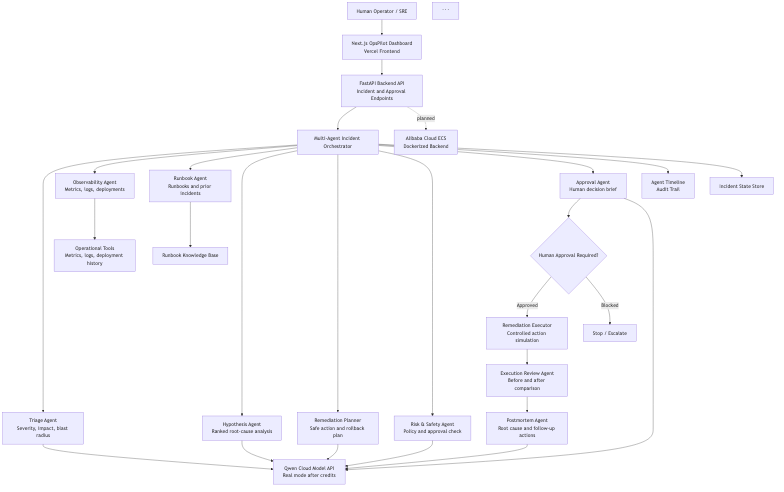
Above: docs/architecture.png in mehmetcamofficial/opspilot-qwen (Mermaid), before the change. Its source is kept beside it as docs/architecture.mmd.
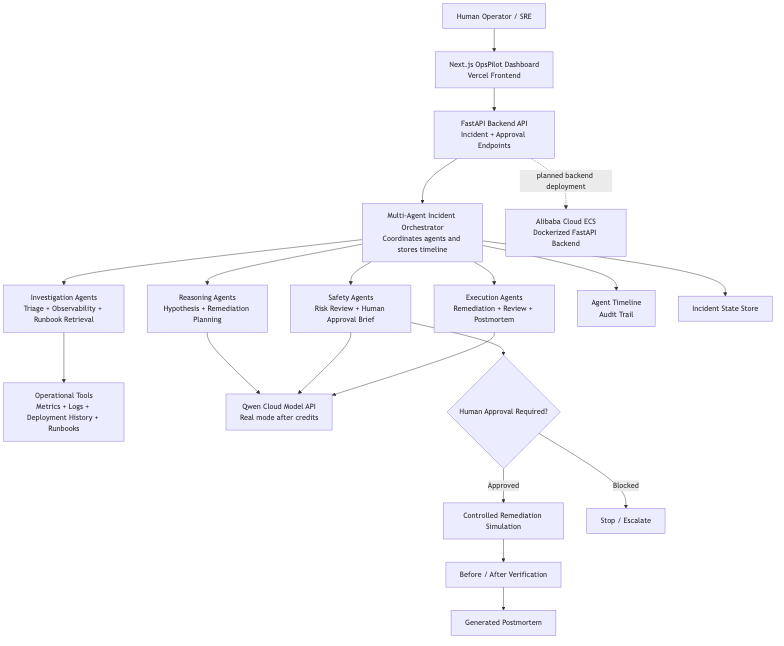
The same file after the commit.

Commit message:
Simplify architecture diagram for readability

Change to the diagram source:
````diff
@@ -1,38 +1,29 @@
-flowchart TD
-USER[Human Operator / SRE] --> UI[Next.js OpsPilot Dashboard<br/>Vercel Frontend]
+flowchart TB
+    USER[Human Operator / SRE] --> UI[Next.js OpsPilot Dashboard<br/>Vercel Frontend]
 
-```
-UI --> API[FastAPI Backend API<br/>Incident and Approval Endpoints]
+    UI --> API[FastAPI Backend API<br/>Incident + Approval Endpoints]
 
-API --> ORCH[Multi-Agent Incident Orchestrator]
+    API --> ORCH[Multi-Agent Incident Orchestrator<br/>Coordinates agents and stores timeline]
 
-ORCH --> A1[Triage Agent<br/>Severity, impact, blast radius]
-ORCH --> A2[Observability Agent<br/>Metrics, logs, deployments]
-ORCH --> A3[Runbook Agent<br/>Runbooks and prior incidents]
-ORCH --> A4[Hypothesis Agent<br/>Ranked root-cause analysis]
-ORCH --> A5[Remediation Planner<br/>Safe action and rollback plan]
-ORCH --> A6[Risk & Safety Agent<br/>Policy and approval check]
-ORCH --> A7[Approval Agent<br/>Human decision brief]
+    ORCH --> INVESTIGATION[Investigation Agents<br/>Triage + Observability + Runbook Retrieval]
+    ORCH --> REASONING[Reasoning Agents<br/>Hypothesis + Remediation Planning]
+    ORCH --> SAFETY[Safety Agents<br/>Risk Review + Human Approval Brief]
+    ORCH --> EXECUTION[Execution Agents<br/>Remediation + Review + Postmortem]
 
-A7 --> APPROVAL{Human Approval Required?}
+    INVESTIGATION --> TOOLS[Operational Tools<br/>Metrics + Logs + Deployment History + Runbooks]
+    REASONING --> QWEN[Qwen Cloud Model API<br/>Real mode after credits]
+    SAFETY --> QWEN
+    EXECUTION --> QWEN
 
-APPROVAL -->|Approved| EXEC[Remediation Executor<br/>Controlled action simulation]
-APPROVAL -->|Blocked| STOP[Stop / Escalate]
+    SAFETY --> APPROVAL{Human Approval Required?}
 
-EXEC --> REVIEW[Execution Review Agent<br/>Before and after comparison]
-REVIEW --> POST[Postmortem Agent<br/>Root cause and follow-up actions]
+    APPROVAL -->|Approved| ACTION[Controlled Remediation Simulation]
+    APPROVAL -->|Blocked| ESCALATE[Stop / Escalate]
 
-ORCH --> AUDIT[Agent Timeline<br/>Audit Trail]
-ORCH --> STATE[Incident State Store]
+    ACTION --> VERIFY[Before / After Verification]
+    VERIFY --> POSTMORTEM[Generated Postmortem]
 
-A1 --> QWEN[Qwen Cloud Model API<br/>Real mode after credits]
-A2 --> TOOLS[Operational Tools<br/>Metrics, logs, deployment history]
-A3 --> KB[Runbook Knowledge Base]
-A4 --> QWEN
-A5 --> QWEN
-A6 --> QWEN
-A7 --> QWEN
-POST --> QWEN
+    ORCH --> AUDIT[Agent Timeline<br/>Audit Trail]
+    ORCH --> STATE[Incident State Store]
 
-API -. planned .-> ECS[Alibaba Cloud ECS<br/>Dockerized Backend]
-```
+    API -. planned backend deployment .-> ECS[Alibaba Cloud ECS<br/>Dockerized FastAPI Backend]
````
